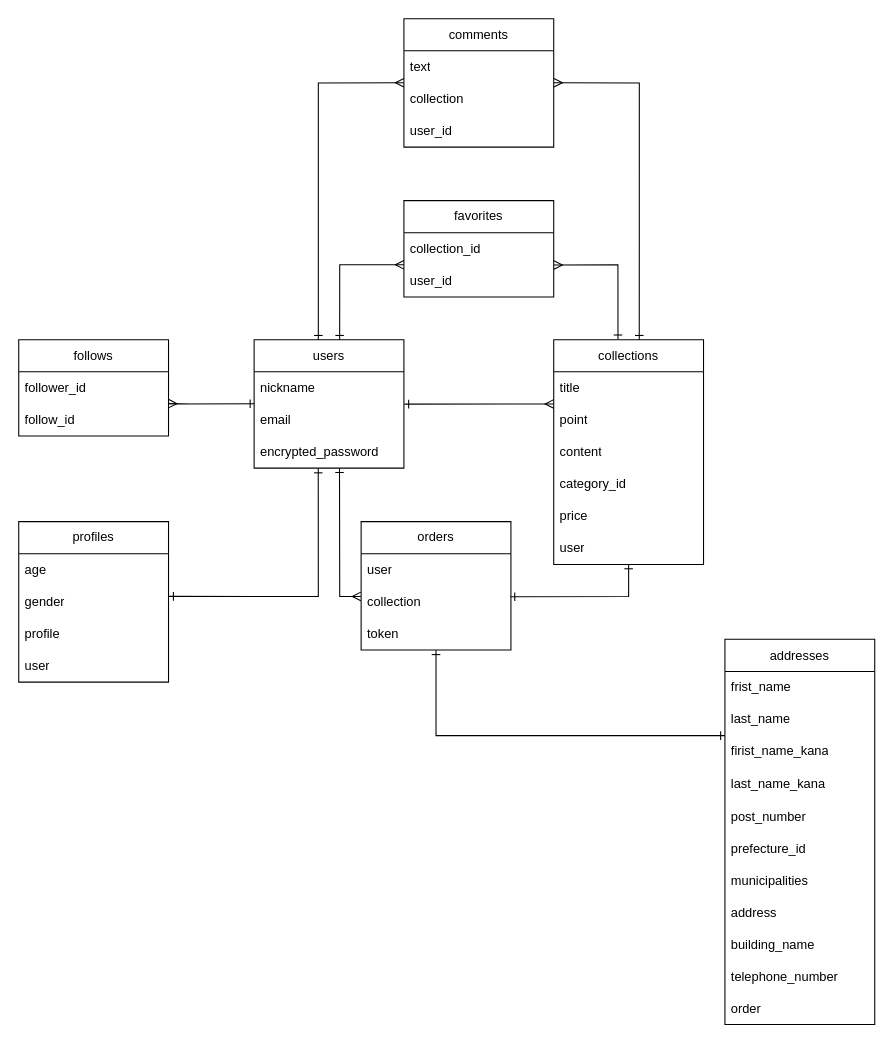
This is sousaku.dio from daizdag/own_works_app, a draw.io file, before an edit. Source tidied: cells renumbered, new cells numbered last; positions are measured from the earlier drawing's top-left corner, leaving out a move shared by most shapes. Both pictures are drawn from the tidied source at 107%, with x=0, y=0 at pixel (18, 18).
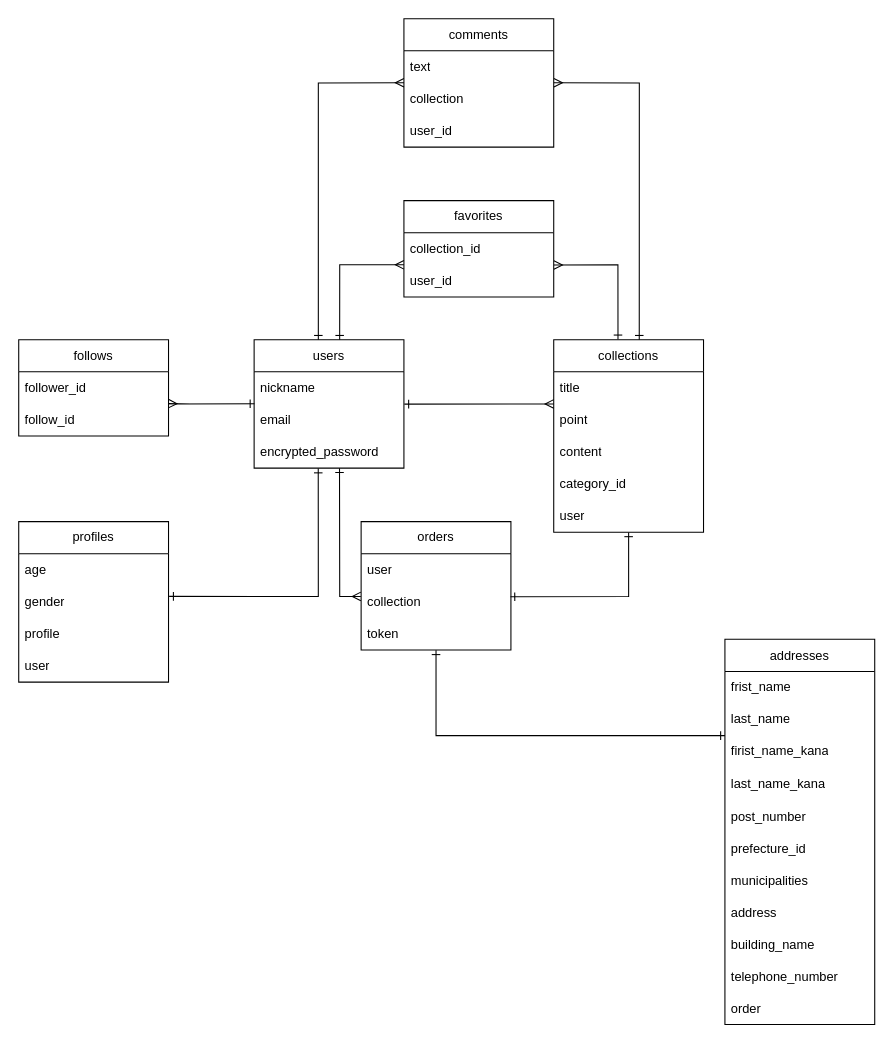
After the change.

Commit message (it also covers changes not shown here):
記述の修正

What changed in the source:
```diff
@@
     <mxCell id="2" value="collections" style="swimlane;fontStyle=0;horizontal=1;startSize=30;whiteSpace=wrap;html=1;" parent="1" vertex="1">
-      <mxGeometry x="500" y="300" width="140" height="210" as="geometry" />
+      <mxGeometry x="500" y="300" width="140" height="180" as="geometry" />
     </mxCell>
@@
-    <mxCell id="7" value="&lt;span style=&quot;&quot;&gt;price&lt;br&gt;&lt;/span&gt;" style="text;strokeColor=none;fillColor=none;align=left;verticalAlign=middle;spacingLeft=4;spacingRight=4;overflow=hidden;whiteSpace=wrap;html=1;" parent="2" vertex="1">
-      <mxGeometry y="150" width="140" height="30" as="geometry" />
-    </mxCell>
     <mxCell id="8" value="&lt;span style=&quot;&quot;&gt;user&lt;br&gt;&lt;/span&gt;" style="text;strokeColor=none;fillColor=none;align=left;verticalAlign=middle;spacingLeft=4;spacingRight=4;overflow=hidden;points=[[0,0.5],[1,0.5]];portConstraint=eastwest;whiteSpace=wrap;html=1;" parent="2" vertex="1">
-      <mxGeometry y="180" width="140" height="30" as="geometry" />
+      <mxGeometry y="150" width="140" height="30" as="geometry" />
     </mxCell>
```
